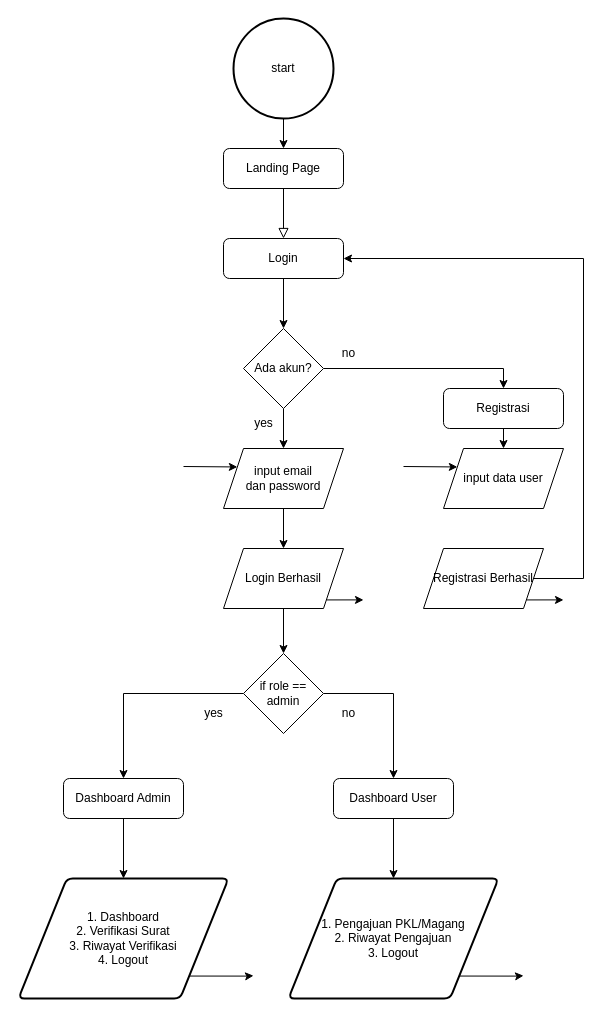
This is portal magang.drawio from Portal-Magang/portal-magang, a draw.io file, before an edit. Source tidied: cells renumbered, new cells numbered last; positions are measured from the earlier drawing's top-left corner, leaving out a move shared by most shapes. Both pictures are drawn from the tidied source at 100%, with x=0, y=0 at pixel (18, 18).
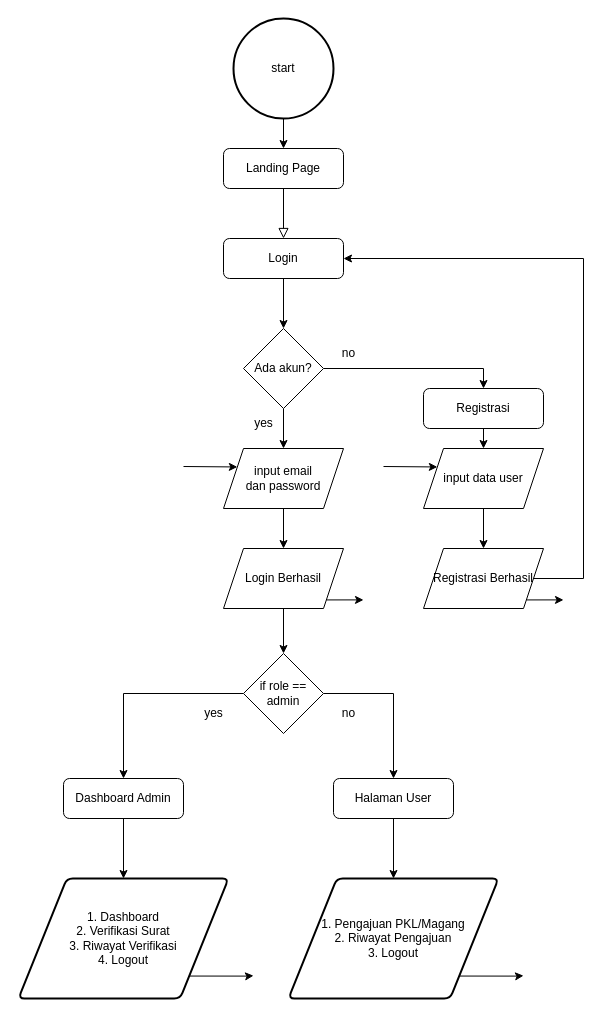
After the change.

Commit message (it also covers changes not shown here):
update controller user & admin

The change refers to these unchanged cells:
```xml
<mxCell id="24" value="Registrasi Berhasil" style="shape=parallelogram;perimeter=parallelogramPerimeter;whiteSpace=wrap;html=1;fixedSize=1;" parent="1" vertex="1">
  <mxGeometry x="405" y="530" width="120" height="60" as="geometry" />
</mxCell>
```

The edit, as a diff of the source:
```diff
@@
     <mxCell id="10" value="Registrasi" style="rounded=1;whiteSpace=wrap;html=1;fontSize=12;glass=0;strokeWidth=1;shadow=0;" parent="1" vertex="1">
-      <mxGeometry x="425" y="370" width="120" height="40" as="geometry" />
+      <mxGeometry x="405" y="370" width="120" height="40" as="geometry" />
     </mxCell>
@@
+    <mxCell id="39" style="edgeStyle=orthogonalEdgeStyle;rounded=0;jettySize=auto;html=1;exitX=0.5;exitY=1;exitDx=0;exitDy=0;entryX=0.5;entryY=0;entryDx=0;entryDy=0;" parent="1" edge="1" source="21" target="24">
+      <mxGeometry relative="1" as="geometry" />
+    </mxCell>
     <mxCell id="21" value="input data user" style="shape=parallelogram;perimeter=parallelogramPerimeter;whiteSpace=wrap;html=1;fixedSize=1;" parent="1" vertex="1">
-      <mxGeometry x="425" y="430" width="120" height="60" as="geometry" />
+      <mxGeometry x="405" y="430" width="120" height="60" as="geometry" />
     </mxCell>
     <mxCell id="22" style="endArrow=classic;html=1;rounded=0;entryX=0;entryY=0.25;entryDx=0;entryDy=0;" parent="1" edge="1" target="21">
       <mxGeometry relative="1" as="geometry">
-        <mxPoint x="385" y="448" as="sourcePoint" />
+        <mxPoint x="365" y="448" as="sourcePoint" />
       </mxGeometry>
     </mxCell>
@@
-    <mxCell id="32" value="Dashboard User" style="rounded=1;whiteSpace=wrap;html=1;fontSize=12;glass=0;strokeWidth=1;shadow=0;" parent="1" vertex="1">
+    <mxCell id="32" value="Halaman User" style="rounded=1;whiteSpace=wrap;html=1;fontSize=12;glass=0;strokeWidth=1;shadow=0;" parent="1" vertex="1">
       <mxGeometry x="315" y="760" width="120" height="40" as="geometry" />
     </mxCell>
```
